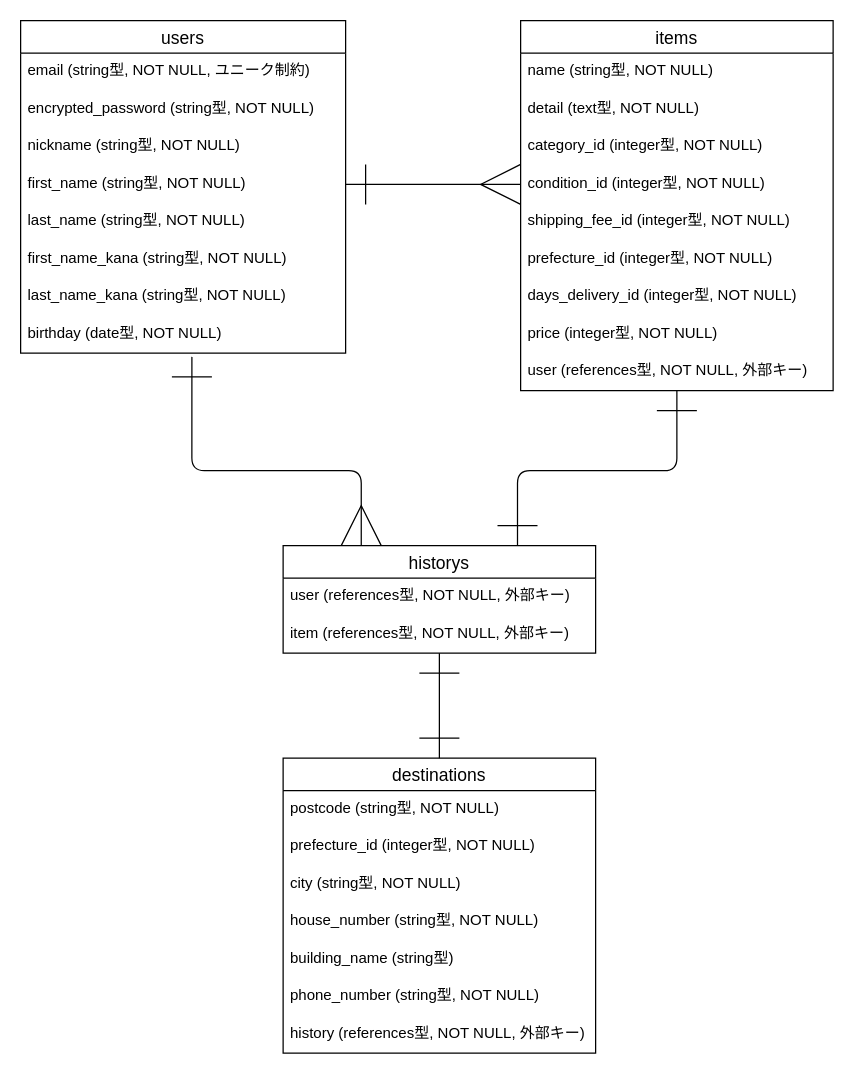
This is ER.dio from yuyan884/furima-38296, a draw.io file, before an edit. Source tidied: cells renumbered, new cells numbered last; positions are measured from the earlier drawing's top-left corner, leaving out a move shared by most shapes. Both pictures are drawn from the tidied source at 125%, with x=0, y=0 at pixel (20, 20).
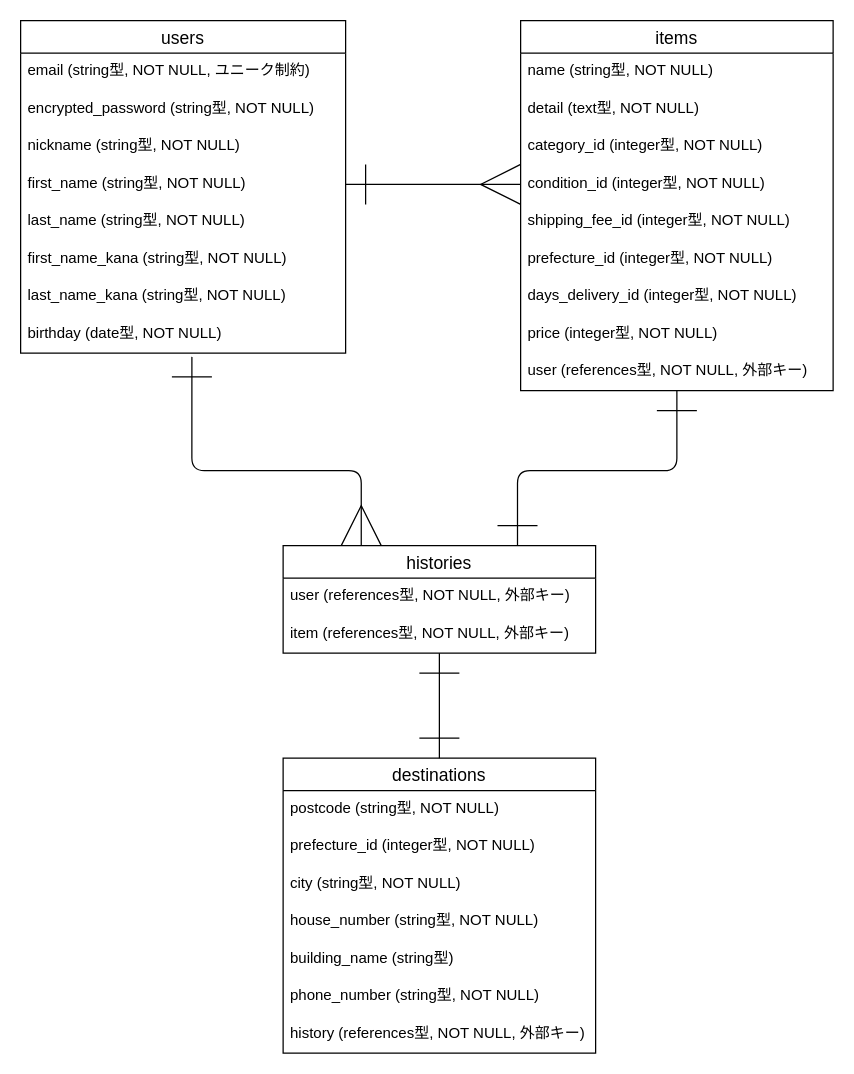
The same diagram, later.

Commit message (it also covers changes not shown here):
【レビュー指摘対応】単数系、複数形の修正

・historyの複数形を正しい形に修正
・Associationごとの単数系、複数形の修正

Diff of the diagram source:
```diff
@@
-    <mxCell id="31" value="historys" style="swimlane;fontStyle=0;horizontal=1;startSize=26;align=center;fontSize=14;" parent="1" vertex="1">
+    <mxCell id="31" value="histories" style="swimlane;fontStyle=0;horizontal=1;startSize=26;align=center;fontSize=14;" parent="1" vertex="1">
       <mxGeometry x="210" y="420" width="250" height="86" as="geometry" />
     </mxCell>
```
